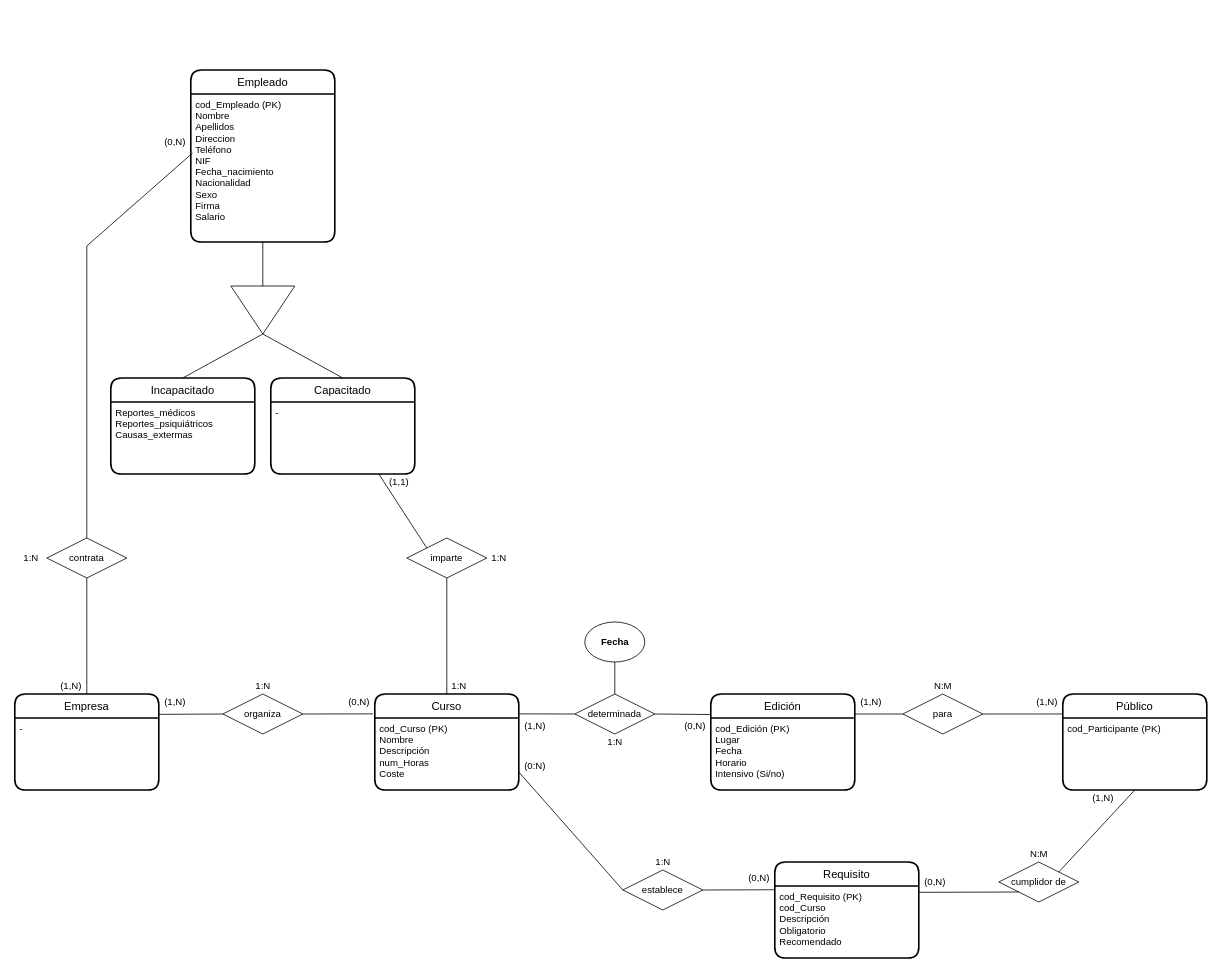
Before: bbdd/Trimestre 2/Actividades/amado_cibreiro_andres_bd54/amado_cibreiro_andres_bd54_2.drawio in Amaado/DAM1_archives, a draw.io diagram. Source tidied: cells renumbered, new cells numbered last; positions are measured from the earlier drawing's top-left corner, leaving out a move shared by most shapes. Both pictures are drawn from the tidied source at 80%, with x=0, y=0 at pixel (14, 70).
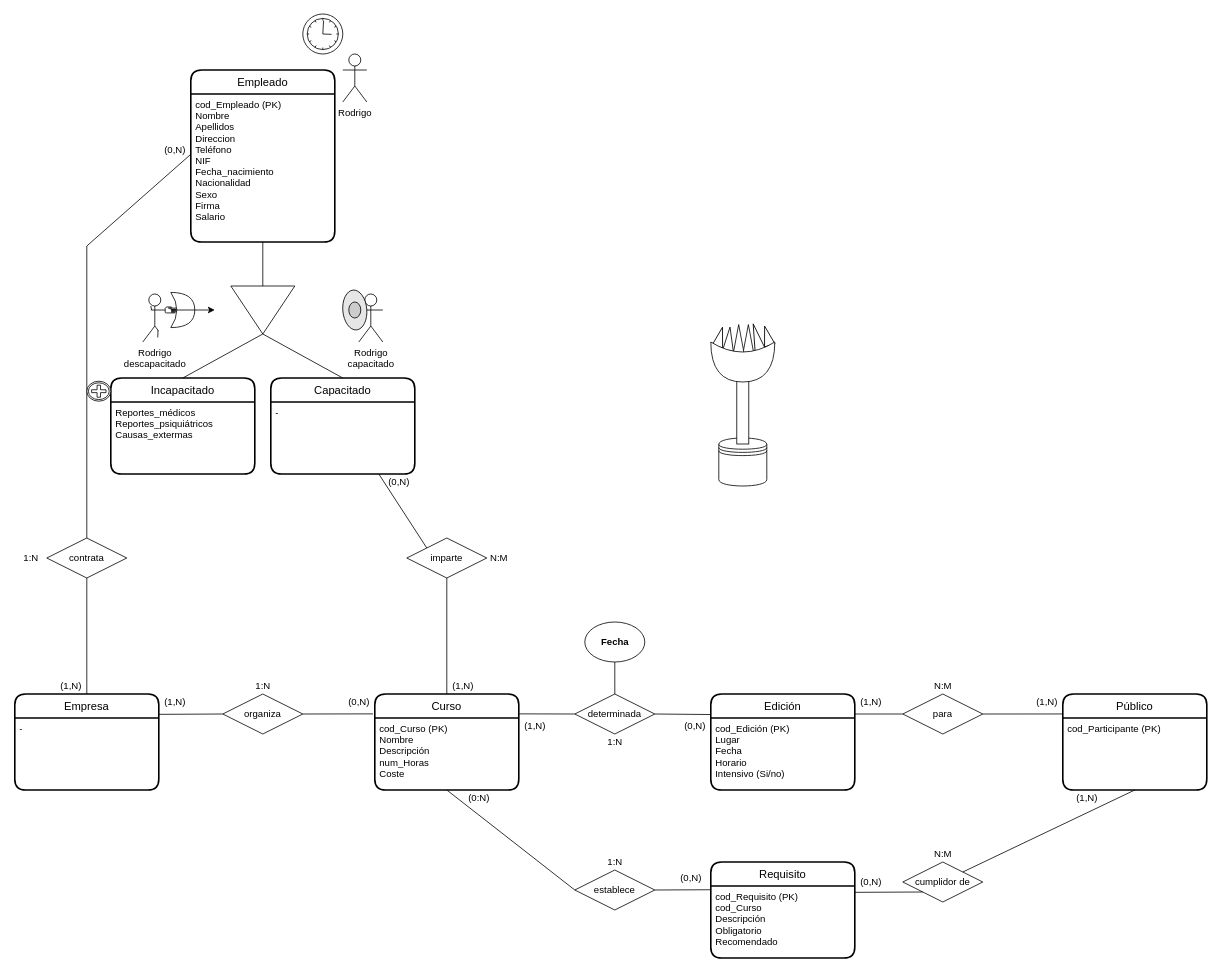
Above is the later version.

The change refers to these unchanged cells:
```xml
<mxCell id="3" value="cod_Curso (PK)&#10;Nombre&#10;Descripción&#10;num_Horas&#10;Coste" style="align=left;strokeColor=none;fillColor=none;spacingLeft=4;fontSize=12;verticalAlign=top;" parent="2" vertex="1">
  <mxGeometry y="30" width="180" height="90" as="geometry" />
</mxCell>
<mxCell id="16" value="cod_Empleado (PK)&#10;Nombre&#10;Apellidos&#10;Direccion&#10;Teléfono&#10;NIF&#10;Fecha_nacimiento&#10;Nacionalidad&#10;Sexo&#10;Firma&#10;Salario&#10;" style="align=left;strokeColor=none;fillColor=none;spacingLeft=4;fontSize=12;verticalAlign=top;" parent="15" vertex="1">
  <mxGeometry y="30" width="180" height="185" as="geometry" />
</mxCell>
```

Change to the diagram source:
```diff
@@
+    <mxCell id="67" style="triangle;whiteSpace=wrap;html=1;strokeColor=#000000;fillColor=#FFFFFF;rotation=-105;" parent="1" vertex="1">
+      <mxGeometry x="910" y="327.4" width="35" height="13.6" as="geometry" />
+    </mxCell>
+    <mxCell id="68" style="triangle;whiteSpace=wrap;html=1;strokeColor=#000000;fillColor=#FFFFFF;rotation=-90;" parent="1" vertex="1">
+      <mxGeometry x="898.9" y="329.5" width="36.1" height="13.6" as="geometry" />
+    </mxCell>
+    <mxCell id="69" style="triangle;whiteSpace=wrap;html=1;strokeColor=#000000;fillColor=#FFFFFF;rotation=-85;" parent="1" vertex="1">
+      <mxGeometry x="877.7" y="329.5" width="30" height="13.6" as="geometry" />
+    </mxCell>
+    <mxCell id="70" style="triangle;whiteSpace=wrap;html=1;strokeColor=#000000;fillColor=#FFFFFF;rotation=-90;" parent="1" vertex="1">
+      <mxGeometry x="886.8" y="329.5" width="36.1" height="13.6" as="geometry" />
+    </mxCell>
+    <mxCell id="71" style="triangle;whiteSpace=wrap;html=1;strokeColor=#000000;fillColor=#FFFFFF;rotation=-105;" parent="1" vertex="1">
+      <mxGeometry x="928" y="325.4" width="25" height="13.6" as="geometry" />
+    </mxCell>
+    <mxCell id="72" style="triangle;whiteSpace=wrap;html=1;strokeColor=#000000;fillColor=#FFFFFF;rotation=-75;" parent="1" vertex="1">
+      <mxGeometry x="868.9" y="326.8" width="25" height="13.6" as="geometry" />
+    </mxCell>
@@
     <mxCell id="10" value="Requisito" style="swimlane;horizontal=1;startSize=30;rounded=1;fontSize=14;fontStyle=0;strokeWidth=2;shadow=0;dashed=0;align=center;" parent="1" vertex="1">
-      <mxGeometry x="950" y="990" width="180" height="120" as="geometry" />
+      <mxGeometry x="870" y="990" width="180" height="120" as="geometry" />
     </mxCell>
@@
     <mxCell id="18" value="establece" style="rhombus;whiteSpace=wrap;html=1;" parent="1" vertex="1">
-      <mxGeometry x="760" y="1000" width="100" height="50" as="geometry" />
+      <mxGeometry x="700" y="1000" width="100" height="50" as="geometry" />
     </mxCell>
@@
     <mxCell id="22" value="cumplidor de" style="rhombus;whiteSpace=wrap;html=1;" parent="1" vertex="1">
-      <mxGeometry x="1230" y="990" width="100" height="50" as="geometry" />
+      <mxGeometry x="1110" y="990" width="100" height="50" as="geometry" />
     </mxCell>
@@
-    <mxCell id="34" style="endArrow=none;html=1;entryX=0.011;entryY=0.4;entryDx=0;entryDy=0;entryPerimeter=0;" parent="1" edge="1" target="16">
+    <mxCell id="34" style="endArrow=none;html=1;entryX=0.999;entryY=0.769;entryDx=0;entryDy=0;entryPerimeter=0;" parent="1" edge="1" target="47">
       <mxGeometry relative="1" as="geometry">
         <mxPoint x="90" y="220" as="sourcePoint" />
       </mxGeometry>
     </mxCell>
@@
     <mxCell id="47" value="(0,N)" style="text;html=1;align=center;verticalAlign=middle;points=[];" parent="1" vertex="1">
-      <mxGeometry x="180" y="80" width="40" height="20" as="geometry" />
+      <mxGeometry x="180" y="90" width="40" height="20" as="geometry" />
     </mxCell>
-    <mxCell id="48" value="(1,1)" style="text;html=1;align=center;verticalAlign=middle;" parent="1" vertex="1">
+    <mxCell id="48" value="(0,N)" style="text;html=1;align=center;verticalAlign=middle;" parent="1" vertex="1">
       <mxGeometry x="460" y="505" width="40" height="20" as="geometry" />
     </mxCell>
@@
-    <mxCell id="52" value="1:N" style="text;html=1;align=center;verticalAlign=middle;" parent="1" vertex="1">
-      <mxGeometry x="590" y="600" width="30" height="20" as="geometry" />
+    <mxCell id="52" value="N:M" style="text;html=1;align=center;verticalAlign=middle;" parent="1" vertex="1">
+      <mxGeometry x="585" y="600" width="40" height="20" as="geometry" />
     </mxCell>
-    <mxCell id="53" value="1:N" style="text;html=1;align=center;verticalAlign=middle;" parent="1" vertex="1">
-      <mxGeometry x="540" y="760" width="30" height="20" as="geometry" />
+    <mxCell id="53" value="(1,N)" style="text;html=1;align=center;verticalAlign=middle;" parent="1" vertex="1">
+      <mxGeometry x="540" y="760" width="40" height="20" as="geometry" />
     </mxCell>
@@
     <mxCell id="57" value="N:M" style="text;html=1;align=center;verticalAlign=middle;" parent="1" vertex="1">
-      <mxGeometry x="1260" y="970" width="40" height="20" as="geometry" />
+      <mxGeometry x="1140" y="970" width="40" height="20" as="geometry" />
     </mxCell>
     <mxCell id="58" value="(1,N)" style="text;html=1;align=center;verticalAlign=middle;" parent="1" vertex="1">
-      <mxGeometry x="1340" y="900" width="40" height="20" as="geometry" />
+      <mxGeometry x="1320" y="900" width="40" height="20" as="geometry" />
     </mxCell>
     <mxCell id="59" value="(0,N)" style="text;html=1;align=center;verticalAlign=middle;" parent="1" vertex="1">
-      <mxGeometry x="1130" y="1005" width="40" height="20" as="geometry" />
+      <mxGeometry x="1050" y="1005" width="40" height="20" as="geometry" />
     </mxCell>
     <mxCell id="60" value="1:N" style="text;html=1;align=center;verticalAlign=middle;" parent="1" vertex="1">
-      <mxGeometry x="795" y="980" width="30" height="20" as="geometry" />
+      <mxGeometry x="735" y="980" width="30" height="20" as="geometry" />
     </mxCell>
-    <mxCell id="61" style="endArrow=none;html=1;exitX=0;exitY=0.5;exitDx=0;exitDy=0;entryX=1;entryY=0.75;entryDx=0;entryDy=0;" parent="1" edge="1" source="18" target="3">
+    <mxCell id="61" style="endArrow=none;html=1;exitX=0;exitY=0.5;exitDx=0;exitDy=0;entryX=0.5;entryY=1;entryDx=0;entryDy=0;" parent="1" edge="1" source="18" target="3">
       <mxGeometry relative="1" as="geometry" />
     </mxCell>
     <mxCell id="62" value="(0,N)" style="text;html=1;align=center;verticalAlign=middle;" parent="1" vertex="1">
-      <mxGeometry x="910" y="1000" width="40" height="20" as="geometry" />
+      <mxGeometry x="825" y="1000" width="40" height="20" as="geometry" />
     </mxCell>
     <mxCell id="63" value="(0:N)" style="text;html=1;align=center;verticalAlign=middle;" parent="1" vertex="1">
-      <mxGeometry x="630" y="860" width="40" height="20" as="geometry" />
+      <mxGeometry x="560" y="900" width="40" height="20" as="geometry" />
     </mxCell>
@@
+    <mxCell id="73" value="Rodrigo" style="shape=umlActor;verticalLabelPosition=bottom;verticalAlign=top;html=1;" parent="1" vertex="1">
+      <mxGeometry x="410" y="-20" width="30" height="60" as="geometry" />
+    </mxCell>
+    <mxCell id="74" value="Rodrigo&lt;br&gt;capacitado" style="shape=umlActor;verticalLabelPosition=bottom;verticalAlign=top;html=1;" parent="1" vertex="1">
+      <mxGeometry x="430" y="280" width="30" height="60" as="geometry" />
+    </mxCell>
+    <mxCell id="75" value="Rodrigo&lt;br&gt;descapacitado" style="shape=umlActor;verticalLabelPosition=bottom;verticalAlign=top;html=1;" parent="1" vertex="1">
+      <mxGeometry x="160" y="280" width="30" height="60" as="geometry" />
+    </mxCell>
+    <mxCell id="76" style="whiteSpace=wrap;html=1;strokeColor=#FFFFFF;" parent="1" vertex="1">
+      <mxGeometry x="180" y="311" width="30" height="30" as="geometry" />
+    </mxCell>
+    <mxCell id="77" style="endArrow=none;html=1;exitX=-0.043;exitY=0.777;exitDx=0;exitDy=0;exitPerimeter=0;" parent="1" edge="1" source="76">
+      <mxGeometry relative="1" as="geometry">
+        <mxPoint x="179" y="325" as="targetPoint" />
+      </mxGeometry>
+    </mxCell>
+    <mxCell id="78" style="whiteSpace=wrap;html=1;strokeColor=#FFFFFF;" parent="1" vertex="1">
+      <mxGeometry x="140" y="295" width="30" height="30" as="geometry" />
+    </mxCell>
+    <mxCell id="79" style="endArrow=none;html=1;exitX=1;exitY=0;exitDx=0;exitDy=0;" parent="1" edge="1" source="78">
+      <mxGeometry relative="1" as="geometry">
+        <mxPoint x="171" y="300" as="targetPoint" />
+      </mxGeometry>
+    </mxCell>
+    <mxCell id="80" style="endArrow=classic;html=1;" parent="1" edge="1">
+      <mxGeometry relative="1" as="geometry">
+        <mxPoint x="200" y="300" as="sourcePoint" />
+        <mxPoint x="250" y="300" as="targetPoint" />
+      </mxGeometry>
+    </mxCell>
+    <mxCell id="81" style="shape=xor;whiteSpace=wrap;html=1;strokeColor=#000000;fillColor=none;" parent="1" vertex="1">
+      <mxGeometry x="195" y="278" width="30" height="44" as="geometry" />
+    </mxCell>
+    <mxCell id="82" style="ellipse;whiteSpace=wrap;html=1;strokeColor=#000000;fillColor=#E6E6E6;rotation=-95;" parent="1" vertex="1">
+      <mxGeometry x="400" y="285" width="50" height="30" as="geometry" />
+    </mxCell>
+    <mxCell id="83" style="ellipse;whiteSpace=wrap;html=1;strokeColor=#000000;fillColor=#CCCCCC;rotation=-90;" parent="1" vertex="1">
+      <mxGeometry x="415" y="292.5" width="20" height="15" as="geometry" />
+    </mxCell>
+    <mxCell id="84" style="shape=mxgraph.bpmn.manual_task;html=1;strokeColor=#000000;fillColor=#FFFFFF;" parent="1" vertex="1">
+      <mxGeometry x="188" y="296.2" width="14" height="7.5" as="geometry" />
+    </mxCell>
+    <mxCell id="85" style="shape=datastore;whiteSpace=wrap;html=1;strokeColor=#000000;fillColor=#FFFFFF;rotation=0;" parent="1" vertex="1">
+      <mxGeometry x="880" y="460" width="60" height="60" as="geometry" />
+    </mxCell>
+    <mxCell id="86" style="shape=mxgraph.bpmn.shape;html=1;verticalLabelPosition=bottom;labelBackgroundColor=#ffffff;verticalAlign=top;align=center;perimeter=ellipsePerimeter;outline=standard;symbol=timer;strokeColor=#000000;fillColor=#FFFFFF;" parent="1" vertex="1">
+      <mxGeometry x="360" y="-70" width="50" height="50" as="geometry" />
+    </mxCell>
+    <mxCell id="87" style="shape=mxgraph.bpmn.shape;html=1;verticalLabelPosition=bottom;labelBackgroundColor=#ffffff;verticalAlign=top;align=center;perimeter=ellipsePerimeter;outline=boundInt;symbol=parallelMultiple;strokeColor=#000000;fillColor=#FFFFFF;" parent="1" vertex="1">
+      <mxGeometry x="90" y="389" width="30" height="25" as="geometry" />
+    </mxCell>
+    <mxCell id="88" style="rounded=0;whiteSpace=wrap;html=1;strokeColor=#000000;fillColor=#FFFFFF;rotation=-90;" parent="1" vertex="1">
+      <mxGeometry x="870" y="420" width="80" height="15" as="geometry" />
+    </mxCell>
+    <mxCell id="89" style="shape=xor;whiteSpace=wrap;html=1;strokeColor=#000000;fillColor=#FFFFFF;rotation=90;" parent="1" vertex="1">
+      <mxGeometry x="885" y="325" width="50" height="80" as="geometry" />
+    </mxCell>
```
